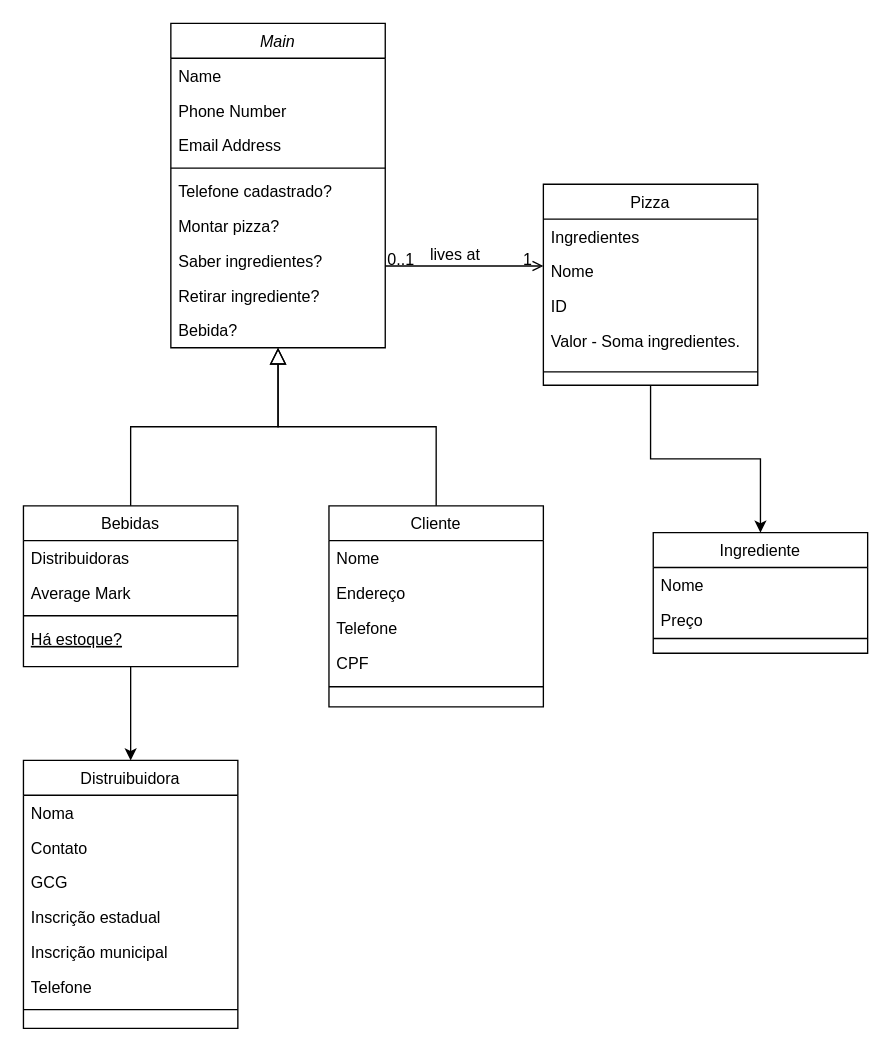
Earlier version of the draw.io diagram Untitled Diagram.drawio (And0z0li/POO). Source tidied: cells renumbered, new cells numbered last; positions are measured from the earlier drawing's top-left corner, leaving out a move shared by most shapes. Both pictures are drawn from the tidied source at 134%, with x=0, y=0 at pixel (23, 23).
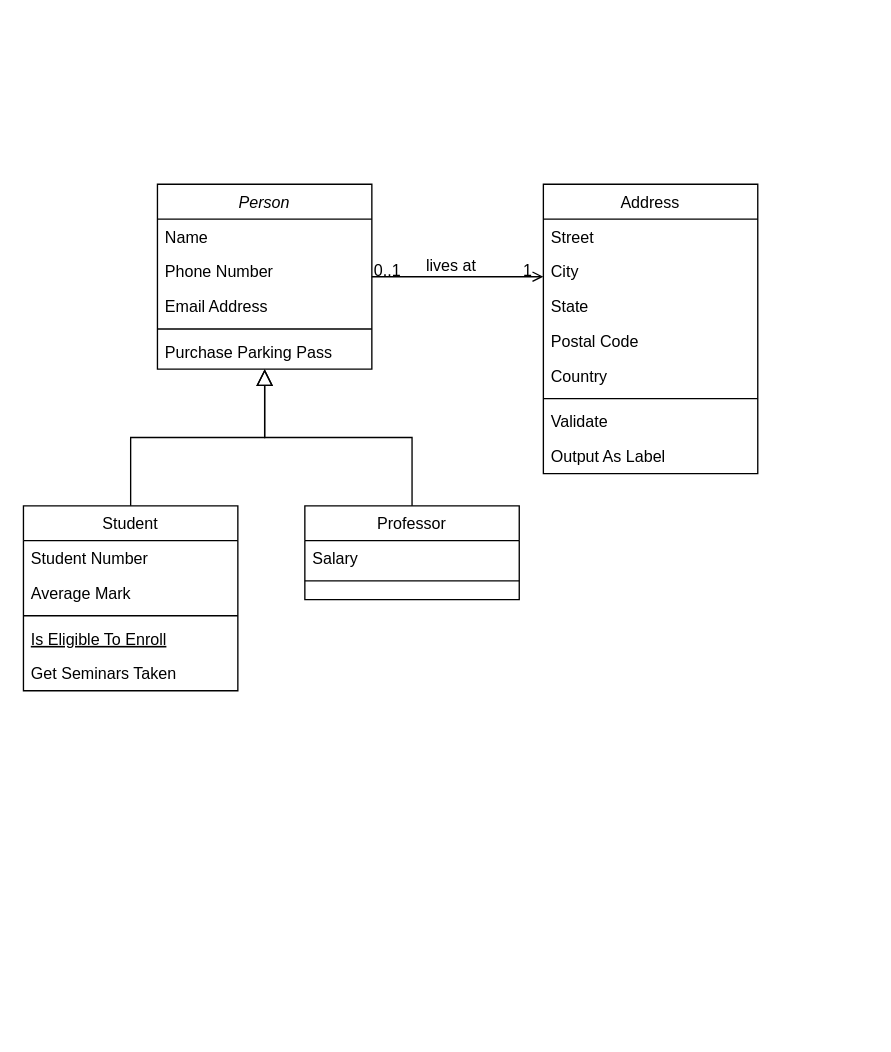
After the change.

Commit message:
Diagrama Classificação/herança

What changed in the source:
```diff
@@
-    <mxCell id="2" value="Main" style="swimlane;fontStyle=2;align=center;verticalAlign=top;horizontal=1;startSize=26;rounded=0;shadow=0;strokeWidth=1;" parent="1" vertex="1">
-      <mxGeometry x="110" width="160" height="242" as="geometry" />
+    <mxCell id="2" value="Person" style="swimlane;fontStyle=2;align=center;verticalAlign=top;horizontal=1;startSize=26;rounded=0;shadow=0;strokeWidth=1;" parent="1" vertex="1">
+      <mxGeometry x="100" y="120" width="160" height="138" as="geometry" />
     </mxCell>
@@
-    <mxCell id="7" value="Telefone cadastrado?" style="text;align=left;verticalAlign=top;spacingLeft=4;spacingRight=4;overflow=hidden;" parent="2" vertex="1">
+    <mxCell id="7" value="Purchase Parking Pass" style="text;align=left;verticalAlign=top;spacingLeft=4;spacingRight=4;overflow=hidden;" parent="2" vertex="1">
       <mxGeometry y="112" width="160" height="26" as="geometry" />
     </mxCell>
-    <mxCell id="8" value="Montar pizza?" style="text;align=left;verticalAlign=top;spacingLeft=4;spacingRight=4;overflow=hidden;" parent="2" vertex="1">
-      <mxGeometry y="138" width="160" height="26" as="geometry" />
-    </mxCell>
-    <mxCell id="9" value="Saber ingredientes?" style="text;align=left;verticalAlign=top;spacingLeft=4;spacingRight=4;overflow=hidden;" parent="2" vertex="1">
-      <mxGeometry y="164" width="160" height="26" as="geometry" />
-    </mxCell>
-    <mxCell id="10" value="Retirar ingrediente?" style="text;align=left;verticalAlign=top;spacingLeft=4;spacingRight=4;overflow=hidden;" parent="2" vertex="1">
-      <mxGeometry y="190" width="160" height="26" as="geometry" />
-    </mxCell>
-    <mxCell id="11" value="Bebida?" style="text;align=left;verticalAlign=top;spacingLeft=4;spacingRight=4;overflow=hidden;" parent="2" vertex="1">
-      <mxGeometry y="216" width="160" height="26" as="geometry" />
-    </mxCell>
-    <mxCell id="12" style="edgeStyle=orthogonalEdgeStyle;rounded=0;jettySize=auto;html=1;entryX=0.5;entryY=0;entryDx=0;entryDy=0;" parent="1" edge="1" source="13" target="41">
-      <mxGeometry relative="1" as="geometry" />
-    </mxCell>
-    <mxCell id="13" value="Bebidas" style="swimlane;fontStyle=0;align=center;verticalAlign=top;horizontal=1;startSize=26;rounded=0;shadow=0;strokeWidth=1;" parent="1" vertex="1">
-      <mxGeometry y="360" width="160" height="120" as="geometry" />
+    <mxCell id="13" value="Student" style="swimlane;fontStyle=0;align=center;verticalAlign=top;horizontal=1;startSize=26;rounded=0;shadow=0;strokeWidth=1;" parent="1" vertex="1">
+      <mxGeometry y="360" width="160" height="138" as="geometry" />
     </mxCell>
-    <mxCell id="14" value="Distribuidoras" style="text;align=left;verticalAlign=top;spacingLeft=4;spacingRight=4;overflow=hidden;" parent="13" vertex="1">
+    <mxCell id="14" value="Student Number" style="text;align=left;verticalAlign=top;spacingLeft=4;spacingRight=4;overflow=hidden;" parent="13" vertex="1">
       <mxGeometry y="26" width="160" height="26" as="geometry" />
     </mxCell>
@@
-    <mxCell id="17" value="Há estoque?" style="text;align=left;verticalAlign=top;spacingLeft=4;spacingRight=4;overflow=hidden;fontStyle=4;strokeColor=none;" parent="13" vertex="1">
+    <mxCell id="17" value="Is Eligible To Enroll" style="text;align=left;verticalAlign=top;spacingLeft=4;spacingRight=4;overflow=hidden;fontStyle=4;" parent="13" vertex="1">
       <mxGeometry y="86" width="160" height="26" as="geometry" />
     </mxCell>
+    <mxCell id="49" value="Get Seminars Taken" style="text;align=left;verticalAlign=top;spacingLeft=4;spacingRight=4;overflow=hidden;" parent="13" vertex="1">
+      <mxGeometry y="112" width="160" height="26" as="geometry" />
+    </mxCell>
@@
-    <mxCell id="19" value="Cliente" style="swimlane;fontStyle=0;align=center;verticalAlign=top;horizontal=1;startSize=26;rounded=0;shadow=0;strokeWidth=1;" parent="1" vertex="1">
-      <mxGeometry x="228" y="360" width="160" height="150" as="geometry" />
+    <mxCell id="19" value="Professor" style="swimlane;fontStyle=0;align=center;verticalAlign=top;horizontal=1;startSize=26;rounded=0;shadow=0;strokeWidth=1;" parent="1" vertex="1">
+      <mxGeometry x="210" y="360" width="160" height="70" as="geometry" />
     </mxCell>
-    <mxCell id="20" value="Nome&#10;" style="text;align=left;verticalAlign=top;spacingLeft=4;spacingRight=4;overflow=hidden;" parent="19" vertex="1">
+    <mxCell id="20" value="Salary" style="text;align=left;verticalAlign=top;spacingLeft=4;spacingRight=4;overflow=hidden;" parent="19" vertex="1">
       <mxGeometry y="26" width="160" height="26" as="geometry" />
     </mxCell>
-    <mxCell id="21" value="Endereço" style="text;align=left;verticalAlign=top;spacingLeft=4;spacingRight=4;overflow=hidden;" parent="19" vertex="1">
-      <mxGeometry y="52" width="160" height="26" as="geometry" />
-    </mxCell>
-    <mxCell id="22" value="Telefone" style="text;align=left;verticalAlign=top;spacingLeft=4;spacingRight=4;overflow=hidden;" parent="19" vertex="1">
-      <mxGeometry y="78" width="160" height="26" as="geometry" />
-    </mxCell>
-    <mxCell id="23" value="CPF" style="text;align=left;verticalAlign=top;spacingLeft=4;spacingRight=4;overflow=hidden;" parent="19" vertex="1">
-      <mxGeometry y="104" width="160" height="26" as="geometry" />
-    </mxCell>
     <mxCell id="24" style="line;html=1;strokeWidth=1;align=left;verticalAlign=middle;spacingTop=-1;spacingLeft=3;spacingRight=3;labelPosition=right;" parent="19" vertex="1">
-      <mxGeometry y="130" width="160" height="10" as="geometry" />
+      <mxGeometry y="52" width="160" height="8" as="geometry" />
     </mxCell>
@@
-    <mxCell id="26" style="edgeStyle=orthogonalEdgeStyle;rounded=0;jettySize=auto;html=1;entryX=0.5;entryY=0;entryDx=0;entryDy=0;" parent="1" edge="1" source="27" target="37">
-      <mxGeometry relative="1" as="geometry" />
-    </mxCell>
-    <mxCell id="27" value="Pizza" style="swimlane;fontStyle=0;align=center;verticalAlign=top;horizontal=1;startSize=26;rounded=0;shadow=0;strokeWidth=1;" parent="1" vertex="1">
-      <mxGeometry x="388" y="120" width="160" height="150" as="geometry" />
+    <mxCell id="27" value="Address" style="swimlane;fontStyle=0;align=center;verticalAlign=top;horizontal=1;startSize=26;rounded=0;shadow=0;strokeWidth=1;" parent="1" vertex="1">
+      <mxGeometry x="388" y="120" width="160" height="216" as="geometry" />
     </mxCell>
-    <mxCell id="28" value="Ingredientes" style="text;align=left;verticalAlign=top;spacingLeft=4;spacingRight=4;overflow=hidden;" parent="27" vertex="1">
+    <mxCell id="28" value="Street" style="text;align=left;verticalAlign=top;spacingLeft=4;spacingRight=4;overflow=hidden;" parent="27" vertex="1">
       <mxGeometry y="26" width="160" height="26" as="geometry" />
     </mxCell>
-    <mxCell id="29" value="Nome" style="text;align=left;verticalAlign=top;spacingLeft=4;spacingRight=4;overflow=hidden;rounded=0;shadow=0;html=0;" parent="27" vertex="1">
+    <mxCell id="29" value="City" style="text;align=left;verticalAlign=top;spacingLeft=4;spacingRight=4;overflow=hidden;rounded=0;shadow=0;html=0;" parent="27" vertex="1">
       <mxGeometry y="52" width="160" height="26" as="geometry" />
     </mxCell>
-    <mxCell id="30" value="ID" style="text;align=left;verticalAlign=top;spacingLeft=4;spacingRight=4;overflow=hidden;rounded=0;shadow=0;html=0;" parent="27" vertex="1">
+    <mxCell id="30" value="State" style="text;align=left;verticalAlign=top;spacingLeft=4;spacingRight=4;overflow=hidden;rounded=0;shadow=0;html=0;" parent="27" vertex="1">
       <mxGeometry y="78" width="160" height="26" as="geometry" />
     </mxCell>
+    <mxCell id="50" value="Postal Code" style="text;align=left;verticalAlign=top;spacingLeft=4;spacingRight=4;overflow=hidden;rounded=0;shadow=0;html=0;" parent="27" vertex="1">
+      <mxGeometry y="104" width="160" height="26" as="geometry" />
+    </mxCell>
-    <mxCell id="31" value="Valor - Soma ingredientes." style="text;align=left;verticalAlign=top;spacingLeft=4;spacingRight=4;overflow=hidden;rounded=0;shadow=0;html=0;" parent="27" vertex="1">
-      <mxGeometry y="104" width="160" height="26" as="geometry" />
+    <mxCell id="31" value="Country" style="text;align=left;verticalAlign=top;spacingLeft=4;spacingRight=4;overflow=hidden;rounded=0;shadow=0;html=0;" parent="27" vertex="1">
+      <mxGeometry y="130" width="160" height="26" as="geometry" />
     </mxCell>
     <mxCell id="32" style="line;html=1;strokeWidth=1;align=left;verticalAlign=middle;spacingTop=-1;spacingLeft=3;spacingRight=3;labelPosition=right;" parent="27" vertex="1">
-      <mxGeometry y="130" width="160" height="20" as="geometry" />
+      <mxGeometry y="156" width="160" height="8" as="geometry" />
     </mxCell>
+    <mxCell id="51" value="Validate" style="text;align=left;verticalAlign=top;spacingLeft=4;spacingRight=4;overflow=hidden;" parent="27" vertex="1">
+      <mxGeometry y="164" width="160" height="26" as="geometry" />
+    </mxCell>
+    <mxCell id="52" value="Output As Label" style="text;align=left;verticalAlign=top;spacingLeft=4;spacingRight=4;overflow=hidden;" parent="27" vertex="1">
+      <mxGeometry y="190" width="160" height="26" as="geometry" />
+    </mxCell>
@@
-    <mxCell id="37" value="Ingrediente" style="swimlane;fontStyle=0;align=center;verticalAlign=top;horizontal=1;startSize=26;rounded=0;shadow=0;strokeWidth=1;" parent="1" vertex="1">
-      <mxGeometry x="470" y="380" width="160" height="90" as="geometry" />
-    </mxCell>
-    <mxCell id="38" value="Nome        &#10;" style="text;align=left;verticalAlign=top;spacingLeft=4;spacingRight=4;overflow=hidden;" parent="37" vertex="1">
-      <mxGeometry y="26" width="160" height="26" as="geometry" />
-    </mxCell>
-    <mxCell id="39" value="Preço" style="text;align=left;verticalAlign=top;spacingLeft=4;spacingRight=4;overflow=hidden;" parent="37" vertex="1">
-      <mxGeometry y="52" width="160" height="26" as="geometry" />
-    </mxCell>
-    <mxCell id="40" style="line;html=1;strokeWidth=1;align=left;verticalAlign=middle;spacingTop=-1;spacingLeft=3;spacingRight=3;labelPosition=right;" parent="37" vertex="1">
-      <mxGeometry y="78" width="160" height="2" as="geometry" />
-    </mxCell>
-    <mxCell id="41" value="Distruibuidora" style="swimlane;fontStyle=0;align=center;verticalAlign=top;horizontal=1;startSize=26;rounded=0;shadow=0;strokeWidth=1;" parent="1" vertex="1">
-      <mxGeometry y="550" width="160" height="200" as="geometry" />
-    </mxCell>
-    <mxCell id="42" value="Noma" style="text;align=left;verticalAlign=top;spacingLeft=4;spacingRight=4;overflow=hidden;" parent="41" vertex="1">
-      <mxGeometry y="26" width="160" height="26" as="geometry" />
-    </mxCell>
-    <mxCell id="43" value="Contato" style="text;align=left;verticalAlign=top;spacingLeft=4;spacingRight=4;overflow=hidden;rounded=0;shadow=0;html=0;" parent="41" vertex="1">
-      <mxGeometry y="52" width="160" height="26" as="geometry" />
-    </mxCell>
-    <mxCell id="44" value="GCG" style="text;align=left;verticalAlign=top;spacingLeft=4;spacingRight=4;overflow=hidden;rounded=0;shadow=0;html=0;" parent="41" vertex="1">
-      <mxGeometry y="78" width="160" height="26" as="geometry" />
-    </mxCell>
-    <mxCell id="45" value="Inscrição estadual" style="text;align=left;verticalAlign=top;spacingLeft=4;spacingRight=4;overflow=hidden;rounded=0;shadow=0;html=0;" parent="41" vertex="1">
-      <mxGeometry y="104" width="160" height="26" as="geometry" />
-    </mxCell>
-    <mxCell id="46" value="Inscrição municipal" style="text;align=left;verticalAlign=top;spacingLeft=4;spacingRight=4;overflow=hidden;rounded=0;shadow=0;html=0;" parent="41" vertex="1">
-      <mxGeometry y="130" width="160" height="26" as="geometry" />
-    </mxCell>
-    <mxCell id="47" value="Telefone" style="text;align=left;verticalAlign=top;spacingLeft=4;spacingRight=4;overflow=hidden;rounded=0;shadow=0;html=0;" parent="41" vertex="1">
-      <mxGeometry y="156" width="160" height="26" as="geometry" />
-    </mxCell>
-    <mxCell id="48" style="line;html=1;strokeWidth=1;align=left;verticalAlign=middle;spacingTop=-1;spacingLeft=3;spacingRight=3;labelPosition=right;" parent="41" vertex="1">
-      <mxGeometry y="182" width="160" height="8" as="geometry" />
-    </mxCell>
```
